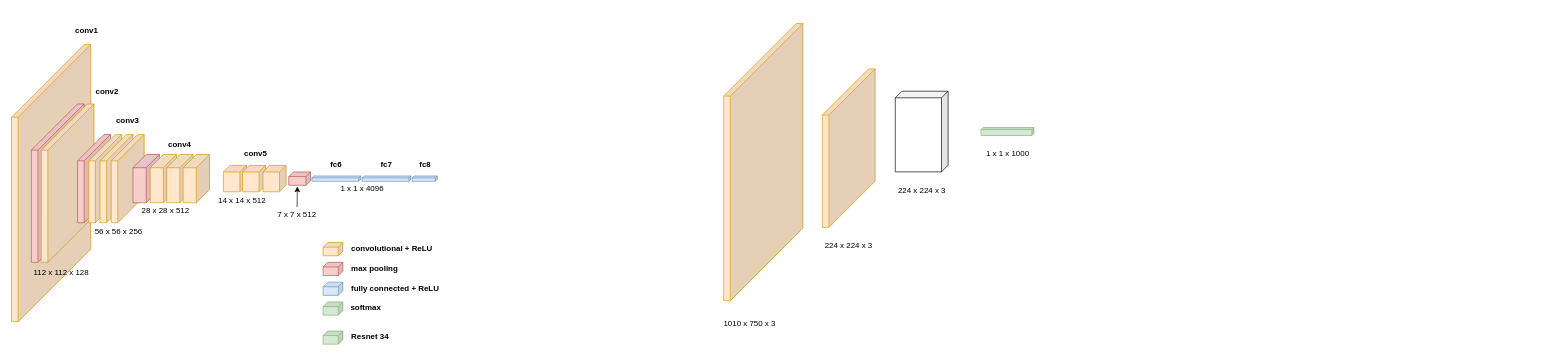
vspraveenvsp/Neural-Network-Architecture-Diagrams keeps this draw.io diagram as vgg16_xml.drawio. Above is the earlier version. Source tidied: cells renumbered, new cells numbered last; positions are measured from the earlier drawing's top-left corner, leaving out a move shared by most shapes. Both pictures are drawn from the tidied source at 66%, with x=0, y=0 at pixel (11, 20).
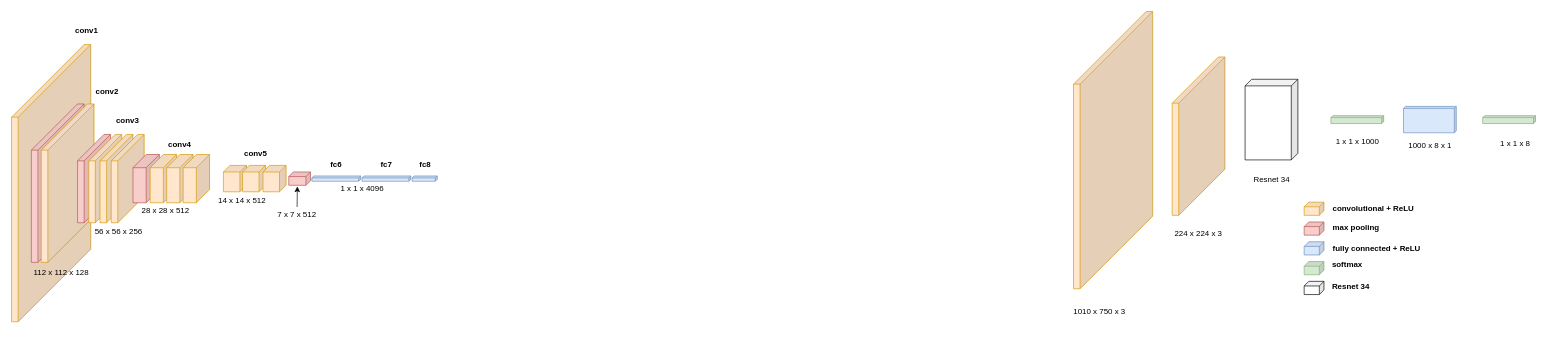
Above is the later version.

Change to the diagram source:
```diff
@@
     <mxCell id="2" style="shape=cube;whiteSpace=wrap;html=1;boundedLbl=1;backgroundOutline=1;darkOpacity=0.05;darkOpacity2=0.1;size=110;direction=east;flipH=1;fillColor=#ffe6cc;strokeColor=#d79b00;" parent="1" vertex="1">
-      <mxGeometry x="1079" y="4.1" width="120" height="420" as="geometry" />
+      <mxGeometry x="1609" y="-14" width="120" height="420" as="geometry" />
     </mxCell>
@@
     <mxCell id="6" style="shape=cube;whiteSpace=wrap;html=1;boundedLbl=1;backgroundOutline=1;darkOpacity=0.05;darkOpacity2=0.1;size=70;direction=east;flipH=1;fillColor=#ffe6cc;strokeColor=#d79b00;" parent="1" vertex="1">
-      <mxGeometry x="1228.5" y="72.9" width="80" height="240" as="geometry" />
+      <mxGeometry x="1758.5" y="54.8" width="80" height="240" as="geometry" />
     </mxCell>
@@
     <mxCell id="15" style="shape=cube;whiteSpace=wrap;html=1;boundedLbl=1;backgroundOutline=1;darkOpacity=0.05;darkOpacity2=0.1;size=10;direction=east;flipH=1;" parent="1" vertex="1">
-      <mxGeometry x="1339" y="106.7" width="80" height="122.2" as="geometry" />
+      <mxGeometry x="1869" y="88.6" width="80" height="122.2" as="geometry" />
     </mxCell>
@@
     <mxCell id="21" style="shape=cube;whiteSpace=wrap;html=1;boundedLbl=1;backgroundOutline=1;darkOpacity=0.05;darkOpacity2=0.1;size=7;direction=east;flipH=1;fillColor=#ffe6cc;strokeColor=#d79b00;" parent="1" vertex="1">
-      <mxGeometry x="472" y="336" width="30" height="20" as="geometry" />
+      <mxGeometry x="1958.5" y="274.8" width="30" height="20" as="geometry" />
     </mxCell>
     <mxCell id="22" style="shape=cube;whiteSpace=wrap;html=1;boundedLbl=1;backgroundOutline=1;darkOpacity=0.05;darkOpacity2=0.1;size=7;direction=east;flipH=1;fillColor=#f8cecc;strokeColor=#b85450;" parent="1" vertex="1">
-      <mxGeometry x="472" y="366" width="30" height="20" as="geometry" />
+      <mxGeometry x="1958.5" y="304.8" width="30" height="20" as="geometry" />
     </mxCell>
     <mxCell id="23" style="shape=cube;whiteSpace=wrap;html=1;boundedLbl=1;backgroundOutline=1;darkOpacity=0.05;darkOpacity2=0.1;size=7;direction=east;flipH=1;fillColor=#dae8fc;strokeColor=#6c8ebf;" parent="1" vertex="1">
-      <mxGeometry x="472" y="396" width="30" height="20" as="geometry" />
+      <mxGeometry x="1958.5" y="334.8" width="30" height="20" as="geometry" />
     </mxCell>
     <mxCell id="24" style="shape=cube;whiteSpace=wrap;html=1;boundedLbl=1;backgroundOutline=1;darkOpacity=0.05;darkOpacity2=0.1;size=3;direction=east;flipH=1;fillColor=#d5e8d4;strokeColor=#82b366;" parent="1" vertex="1">
-      <mxGeometry x="1469" y="161.8" width="80" height="12" as="geometry" />
+      <mxGeometry x="1999" y="143.7" width="80" height="12" as="geometry" />
     </mxCell>
     <mxCell id="25" style="shape=cube;whiteSpace=wrap;html=1;boundedLbl=1;backgroundOutline=1;darkOpacity=0.05;darkOpacity2=0.1;size=7;direction=east;flipH=1;fillColor=#d5e8d4;strokeColor=#82b366;" parent="1" vertex="1">
-      <mxGeometry x="472" y="426" width="30" height="20" as="geometry" />
+      <mxGeometry x="1958.5" y="364.8" width="30" height="20" as="geometry" />
     </mxCell>
@@
     <mxCell id="34" value="1010 x 750 x 3" style="text;html=1;strokeColor=none;fillColor=none;align=center;verticalAlign=middle;whiteSpace=wrap;rounded=0;" parent="1" vertex="1">
-      <mxGeometry x="1069" y="444.1" width="99" height="30" as="geometry" />
+      <mxGeometry x="1599" y="426" width="99" height="30" as="geometry" />
     </mxCell>
@@
     <mxCell id="44" value="1 x 1 x 1000" style="text;html=1;strokeColor=none;fillColor=none;align=center;verticalAlign=middle;whiteSpace=wrap;rounded=0;" parent="1" vertex="1">
-      <mxGeometry x="1459.5" y="189" width="99" height="24" as="geometry" />
+      <mxGeometry x="1989.5" y="170.9" width="99" height="24" as="geometry" />
     </mxCell>
     <mxCell id="45" value="convolutional + ReLU" style="text;html=1;strokeColor=none;fillColor=none;align=left;verticalAlign=middle;whiteSpace=wrap;rounded=0;fontStyle=1;" parent="1" vertex="1">
-      <mxGeometry x="513" y="333.1" width="138" height="23.9" as="geometry" />
+      <mxGeometry x="1999.5" y="271.9" width="138" height="23.9" as="geometry" />
     </mxCell>
     <mxCell id="46" value="max pooling" style="text;html=1;strokeColor=none;fillColor=none;align=left;verticalAlign=middle;whiteSpace=wrap;rounded=0;fontStyle=1;" parent="1" vertex="1">
-      <mxGeometry x="513" y="363.1" width="138" height="23.9" as="geometry" />
+      <mxGeometry x="1999.5" y="301.9" width="138" height="23.9" as="geometry" />
     </mxCell>
     <mxCell id="47" value="fully connected + ReLU" style="text;html=1;strokeColor=none;fillColor=none;align=left;verticalAlign=middle;whiteSpace=wrap;rounded=0;fontStyle=1;" parent="1" vertex="1">
-      <mxGeometry x="513" y="394.1" width="138" height="23.9" as="geometry" />
+      <mxGeometry x="1999.5" y="332.9" width="138" height="23.9" as="geometry" />
     </mxCell>
     <mxCell id="48" value="softmax" style="text;html=1;strokeColor=none;fillColor=none;align=left;verticalAlign=middle;whiteSpace=wrap;rounded=0;fontStyle=1;" parent="1" vertex="1">
-      <mxGeometry x="512" y="422.1" width="138" height="23.9" as="geometry" />
+      <mxGeometry x="1998.5" y="353.8" width="138" height="31.1" as="geometry" />
     </mxCell>
     <mxCell id="49" value="224 x 224 x 3" style="text;html=1;strokeColor=none;fillColor=none;align=center;verticalAlign=middle;whiteSpace=wrap;rounded=0;" parent="1" vertex="1">
-      <mxGeometry x="1219" y="325.4" width="99" height="30" as="geometry" />
+      <mxGeometry x="1749" y="307.2" width="99" height="30" as="geometry" />
     </mxCell>
-    <mxCell id="50" value="224 x 224 x 3" style="text;html=1;strokeColor=none;fillColor=none;align=center;verticalAlign=middle;whiteSpace=wrap;rounded=0;" parent="1" vertex="1">
-      <mxGeometry x="1329.5" y="243.1" width="99" height="30" as="geometry" />
+    <mxCell id="50" value="Resnet 34" style="text;html=1;strokeColor=none;fillColor=none;align=center;verticalAlign=middle;whiteSpace=wrap;rounded=0;" parent="1" vertex="1">
+      <mxGeometry x="1859.5" y="225" width="99" height="30" as="geometry" />
     </mxCell>
     <mxCell id="51" value="Resnet 34" style="text;html=1;strokeColor=none;fillColor=none;align=left;verticalAlign=middle;whiteSpace=wrap;rounded=0;fontStyle=1;" parent="1" vertex="1">
-      <mxGeometry x="513" y="466.1" width="138" height="23.9" as="geometry" />
+      <mxGeometry x="1998.5" y="390.9" width="138" height="23.9" as="geometry" />
     </mxCell>
-    <mxCell id="52" style="shape=cube;whiteSpace=wrap;html=1;boundedLbl=1;backgroundOutline=1;darkOpacity=0.05;darkOpacity2=0.1;size=7;direction=east;flipH=1;fillColor=#d5e8d4;strokeColor=#82b366;" parent="1" vertex="1">
-      <mxGeometry x="472" y="470" width="30" height="20" as="geometry" />
+    <mxCell id="52" style="shape=cube;whiteSpace=wrap;html=1;boundedLbl=1;backgroundOutline=1;darkOpacity=0.05;darkOpacity2=0.1;size=7;direction=east;flipH=1;" parent="1" vertex="1">
+      <mxGeometry x="1958.5" y="394.8" width="30" height="20" as="geometry" />
     </mxCell>
+    <mxCell id="53" style="shape=cube;whiteSpace=wrap;html=1;boundedLbl=1;backgroundOutline=1;darkOpacity=0.05;darkOpacity2=0.1;size=3;direction=east;flipH=1;fillColor=#dae8fc;strokeColor=#6c8ebf;" parent="1" vertex="1">
+      <mxGeometry x="2109" y="129.7" width="80" height="40" as="geometry" />
+    </mxCell>
+    <mxCell id="54" value="1000 x 8 x 1" style="text;html=1;strokeColor=none;fillColor=none;align=center;verticalAlign=middle;whiteSpace=wrap;rounded=0;" parent="1" vertex="1">
+      <mxGeometry x="2099.5" y="177" width="99" height="24" as="geometry" />
+    </mxCell>
+    <mxCell id="55" style="shape=cube;whiteSpace=wrap;html=1;boundedLbl=1;backgroundOutline=1;darkOpacity=0.05;darkOpacity2=0.1;size=3;direction=east;flipH=1;fillColor=#d5e8d4;strokeColor=#82b366;" parent="1" vertex="1">
+      <mxGeometry x="2229" y="143.7" width="80" height="12" as="geometry" />
+    </mxCell>
+    <mxCell id="56" value="1 x 1 x 8" style="text;html=1;strokeColor=none;fillColor=none;align=center;verticalAlign=middle;whiteSpace=wrap;rounded=0;" parent="1" vertex="1">
+      <mxGeometry x="2229" y="173.9" width="99" height="24" as="geometry" />
+    </mxCell>
```
